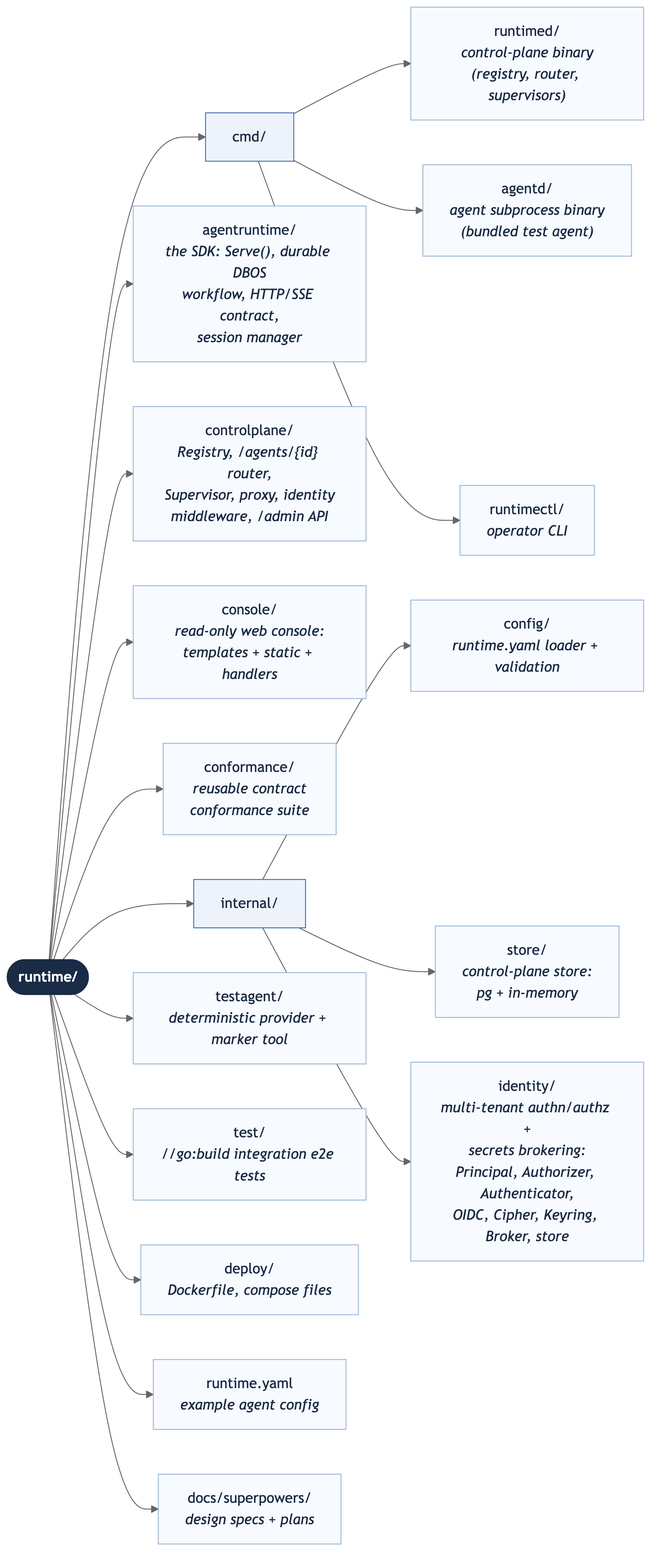
Above: docs/images/project-layout.png in sausheong/runtime (Mermaid), before the change. Its source is kept beside it as docs/images/project-layout.mmd.
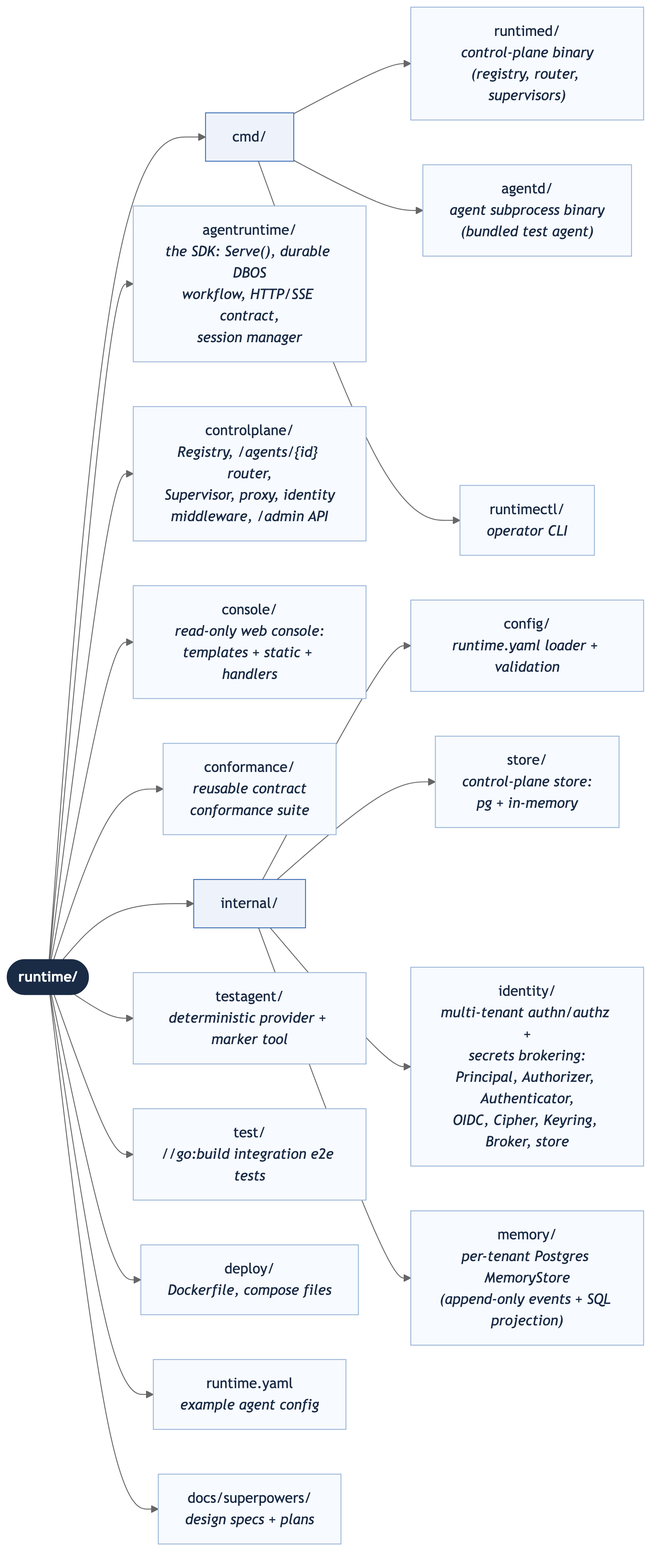
Later version of the same file.

Commit message:
docs(memory): document per-tenant agent memory (README, ROADMAP, layout, example)

Change to the diagram source:
```diff
@@ -15,6 +15,7 @@
     cfg["config/<br/><i>runtime.yaml loader + validation</i>"]
     store["store/<br/><i>control-plane store:<br/>pg + in-memory</i>"]
     ident["identity/<br/><i>multi-tenant authn/authz +<br/>secrets brokering:<br/>Principal, Authorizer, Authenticator,<br/>OIDC, Cipher, Keyring, Broker, store</i>"]
+    mem["memory/<br/><i>per-tenant Postgres MemoryStore<br/>(append-only events + SQL projection)</i>"]
 
     testagent["testagent/<br/><i>deterministic provider + marker tool</i>"]
     test["test/<br/><i>//go:build integration e2e tests</i>"]
@@ -34,6 +35,7 @@
     internal --> cfg
     internal --> store
     internal --> ident
+    internal --> mem
     root --> testagent
     root --> test
     root --> deploy
@@ -46,4 +48,4 @@
 
     class root rootNode;
     class cmd,internal dir;
-    class runtimed_b,agentd_b,runtimectl_b,sdk,ctrl,console,conf,cfg,store,ident,testagent,test,deploy,yaml,docs leaf;
+    class runtimed_b,agentd_b,runtimectl_b,sdk,ctrl,console,conf,cfg,store,ident,mem,testagent,test,deploy,yaml,docs leaf;
```
